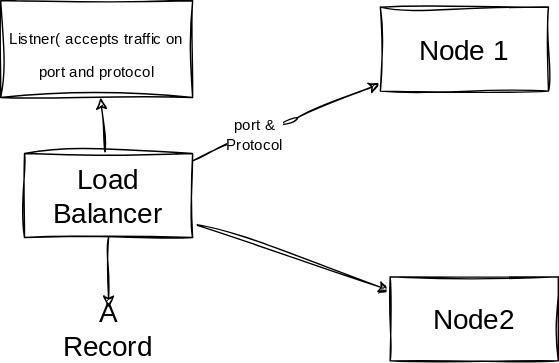
The draw.io diagram 4.0 Compute, Scaling and Load Balancing/04.1-ELB-arch.drawio.svg in ag-cloudskills/AWS-SAP, before a commit. Source tidied: cells renumbered, new cells last; positions are measured from the earlier drawing's top-left corner, leaving out a move shared by most shapes. The source it was exported from:
```xml
<mxGraphModel>
  <root>
    <mxCell id="0" />
    <mxCell id="1" parent="0" />
    <mxCell id="2" style="edgeStyle=none;sketch=1;hachureGap=4;jiggle=2;curveFitting=1;html=1;fontFamily=Architects Daughter;fontSource=https%3A%2F%2Ffonts.googleapis.com%2Fcss%3Ffamily%3DArchitects%2BDaughter;fontSize=16;" parent="1" edge="1" source="7" target="8">
      <mxGeometry relative="1" as="geometry">
        <Array as="points">
          <mxPoint x="203" y="87" />
        </Array>
      </mxGeometry>
    </mxCell>
    <mxCell id="3" value="port &amp;amp; &lt;br&gt;Protocol" style="edgeLabel;html=1;align=center;verticalAlign=middle;fontSize=11;fontFamily=Architects Daughter;" parent="2" vertex="1">
      <mxGeometry x="-0.35" y="1" relative="1" as="geometry" />
    </mxCell>
    <mxCell id="4" style="edgeStyle=none;sketch=1;hachureGap=4;jiggle=2;curveFitting=1;html=1;fontFamily=Architects Daughter;fontSource=https%3A%2F%2Ffonts.googleapis.com%2Fcss%3Ffamily%3DArchitects%2BDaughter;fontSize=16;" parent="1" edge="1" source="7" target="9">
      <mxGeometry relative="1" as="geometry" />
    </mxCell>
    <mxCell id="5" style="edgeStyle=none;sketch=1;hachureGap=4;jiggle=2;curveFitting=1;html=1;entryX=0.5;entryY=0;entryDx=0;entryDy=0;fontFamily=Architects Daughter;fontSource=https%3A%2F%2Ffonts.googleapis.com%2Fcss%3Ffamily%3DArchitects%2BDaughter;fontSize=16;" parent="1" edge="1" source="7" target="10">
      <mxGeometry relative="1" as="geometry" />
    </mxCell>
    <mxCell id="6" style="edgeStyle=none;sketch=1;hachureGap=4;jiggle=2;curveFitting=1;html=1;fontFamily=Architects Daughter;fontSource=https%3A%2F%2Ffonts.googleapis.com%2Fcss%3Ffamily%3DArchitects%2BDaughter;fontSize=16;" parent="1" edge="1" source="7" target="11">
      <mxGeometry relative="1" as="geometry" />
    </mxCell>
    <mxCell id="7" value="Load&lt;br&gt;Balancer" style="rounded=0;whiteSpace=wrap;html=1;sketch=1;hachureGap=4;jiggle=2;curveFitting=1;fontFamily=Architects Daughter;fontSource=https%3A%2F%2Ffonts.googleapis.com%2Fcss%3Ffamily%3DArchitects%2BDaughter;fontSize=20;" parent="1" vertex="1">
      <mxGeometry x="17" y="109" width="120" height="60" as="geometry" />
    </mxCell>
    <mxCell id="8" value="Node 1" style="rounded=0;whiteSpace=wrap;html=1;fontSize=20;fontFamily=Architects Daughter;sketch=1;hachureGap=4;jiggle=2;curveFitting=1;fontSource=https%3A%2F%2Ffonts.googleapis.com%2Fcss%3Ffamily%3DArchitects%2BDaughter;" parent="1" vertex="1">
      <mxGeometry x="271" y="4.5" width="120" height="60" as="geometry" />
    </mxCell>
    <mxCell id="9" value="Node2" style="whiteSpace=wrap;html=1;fontSize=20;fontFamily=Architects Daughter;rounded=0;sketch=1;hachureGap=4;jiggle=2;curveFitting=1;fontSource=https%3A%2F%2Ffonts.googleapis.com%2Fcss%3Ffamily%3DArchitects%2BDaughter;" parent="1" vertex="1">
      <mxGeometry x="278" y="197" width="120" height="60" as="geometry" />
    </mxCell>
    <mxCell id="10" value="A Record" style="text;html=1;strokeColor=none;fillColor=none;align=center;verticalAlign=middle;whiteSpace=wrap;rounded=0;sketch=1;hachureGap=4;jiggle=2;curveFitting=1;fontFamily=Architects Daughter;fontSource=https%3A%2F%2Ffonts.googleapis.com%2Fcss%3Ffamily%3DArchitects%2BDaughter;fontSize=20;" parent="1" vertex="1">
      <mxGeometry x="47" y="219" width="60" height="30" as="geometry" />
    </mxCell>
    <mxCell id="11" value="&lt;font style=&quot;font-size: 11px;&quot;&gt;Listner( accepts traffic on port and protocol&lt;/font&gt;" style="rounded=0;whiteSpace=wrap;html=1;sketch=1;hachureGap=4;jiggle=2;curveFitting=1;fontFamily=Architects Daughter;fontSource=https%3A%2F%2Ffonts.googleapis.com%2Fcss%3Ffamily%3DArchitects%2BDaughter;fontSize=20;" parent="1" vertex="1">
      <mxGeometry width="137" height="69" as="geometry" />
    </mxCell>
  </root>
</mxGraphModel>
```
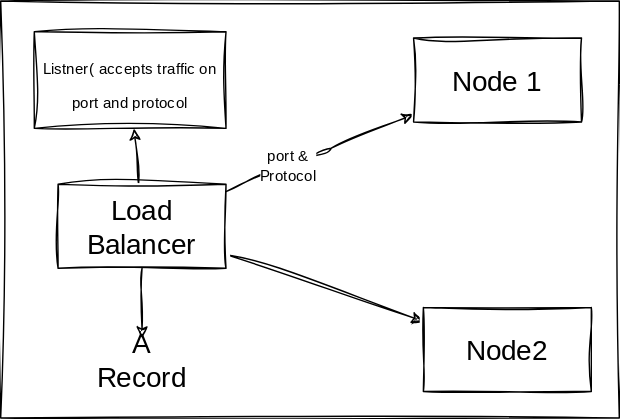
The same file after the commit.

Commit message:
#1 testing PR process

The edit, as a diff of the source:
```diff
@@ -2,6 +2,9 @@
   <root>
     <mxCell id="0" />
     <mxCell id="1" parent="0" />
+    <mxCell id="12" style="rounded=0;whiteSpace=wrap;html=1;sketch=1;hachureGap=4;jiggle=2;curveFitting=1;fontFamily=Architects Daughter;fontSource=https%3A%2F%2Ffonts.googleapis.com%2Fcss%3Ffamily%3DArchitects%2BDaughter;fontSize=11;" parent="1" vertex="1">
+      <mxGeometry x="-24" y="-22" width="442" height="298" as="geometry" />
+    </mxCell>
     <mxCell id="2" style="edgeStyle=none;sketch=1;hachureGap=4;jiggle=2;curveFitting=1;html=1;fontFamily=Architects Daughter;fontSource=https%3A%2F%2Ffonts.googleapis.com%2Fcss%3Ffamily%3DArchitects%2BDaughter;fontSize=16;" parent="1" edge="1" source="7" target="8">
       <mxGeometry relative="1" as="geometry">
         <Array as="points">
```
